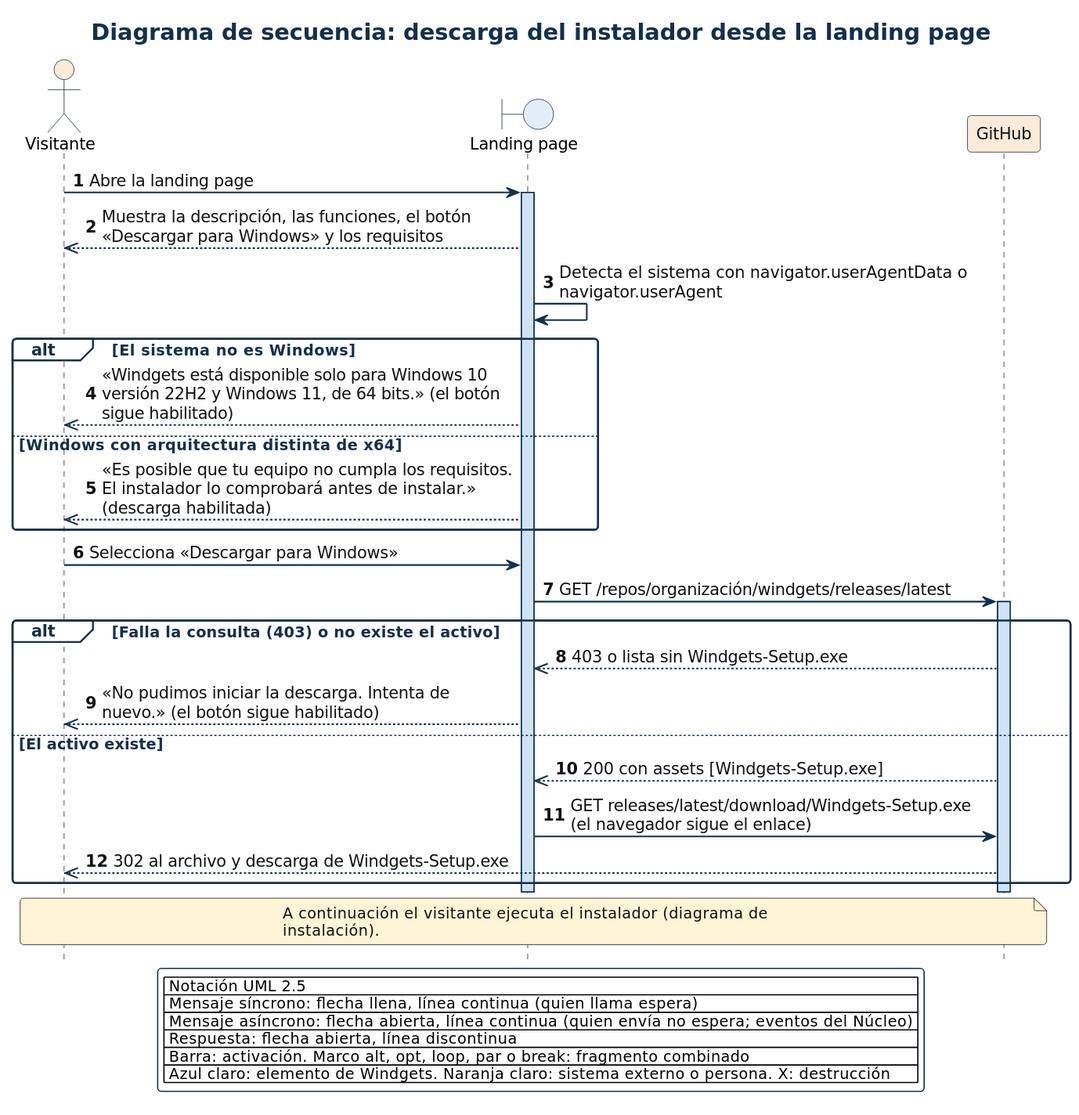
Forkthec/windgets keeps this PlantUML diagram as docs/secuencias/descarga_landing.svg. Above is the earlier version. Its diagram source:
```plantuml
@startuml descarga_landing
!include _estilo.iuml
title Diagrama de secuencia: descarga del instalador desde la landing page

actor "Visitante" as V #FCEBD9
boundary "Landing page" as L
participant "GitHub" as GH #FCEBD9

V -> L ++ : Abre la landing page
L -->> V : Muestra la descripción, las funciones, el botón «Descargar para Windows» y los requisitos
L -> L : Detecta el sistema con navigator.userAgentData o navigator.userAgent
alt El sistema no es Windows
  L -->> V : «Windgets está disponible solo para Windows 10 versión 22H2 y Windows 11, de 64 bits.» (el botón sigue habilitado)
else Windows con arquitectura distinta de x64
  L -->> V : «Es posible que tu equipo no cumpla los requisitos. El instalador lo comprobará antes de instalar.» (descarga habilitada)
end
V -> L : Selecciona «Descargar para Windows»
L -> GH ++ : GET /repos/organización/windgets/releases/latest
alt Falla la consulta (403) o no existe el activo
  GH -->> L : 403 o lista sin Windgets-Setup.exe
  L -->> V : «No pudimos iniciar la descarga. Intenta de nuevo.» (el botón sigue habilitado)
else El activo existe
  GH -->> L : 200 con assets [Windgets-Setup.exe]
  L -> GH : GET releases/latest/download/Windgets-Setup.exe (el navegador sigue el enlace)
  GH -->> V : 302 al archivo y descarga de Windgets-Setup.exe
end
deactivate GH
deactivate L
note over V, GH : A continuación el visitante ejecuta el instalador (diagrama de instalación).
!include _leyenda.iuml
@enduml
```
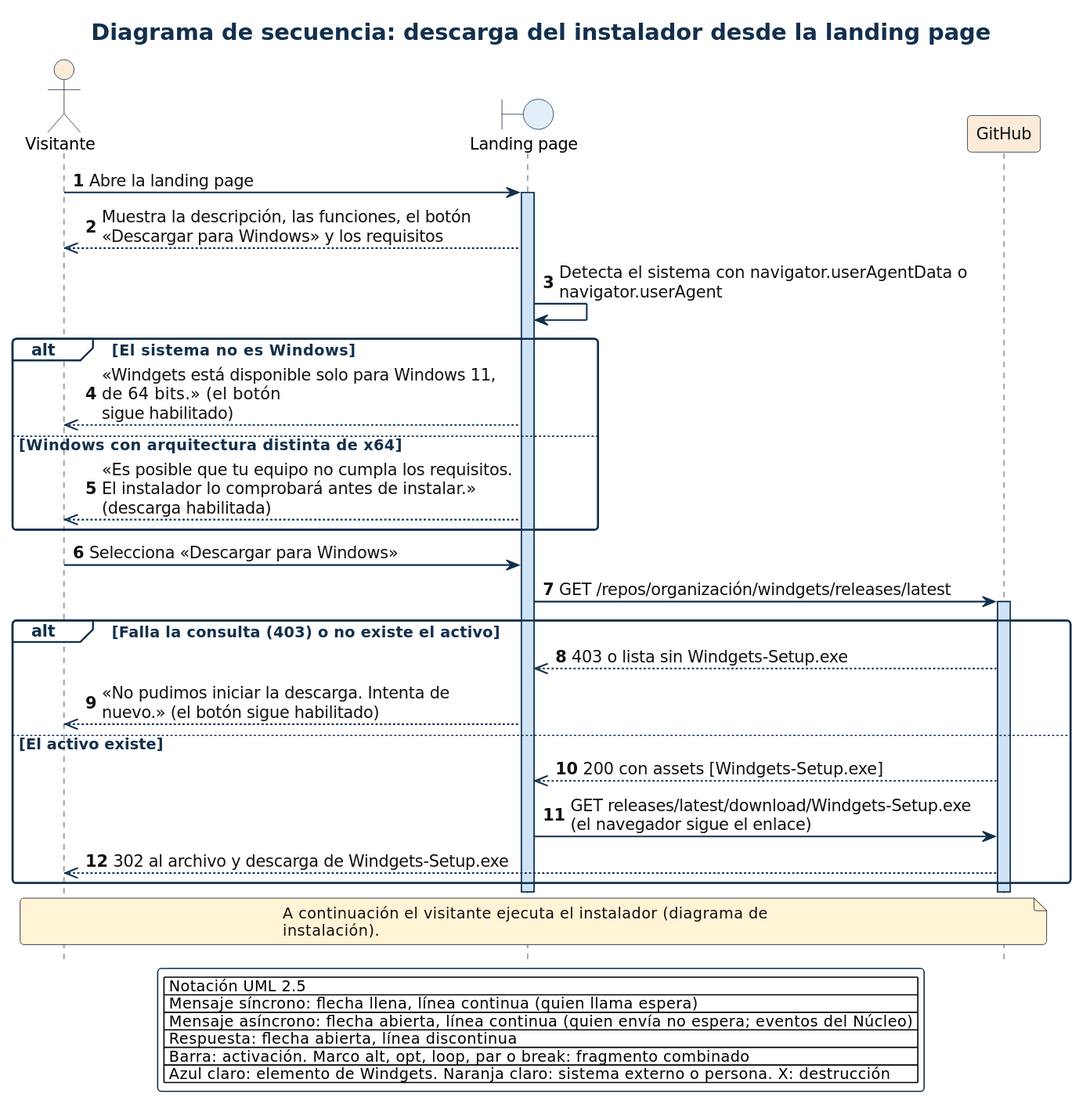
The same file after the commit.

Change to the diagram source:
```diff
@@ -10,7 +10,7 @@
 L -->> V : Muestra la descripción, las funciones, el botón «Descargar para Windows» y los requisitos
 L -> L : Detecta el sistema con navigator.userAgentData o navigator.userAgent
 alt El sistema no es Windows
-  L -->> V : «Windgets está disponible solo para Windows 10 versión 22H2 y Windows 11, de 64 bits.» (el botón sigue habilitado)
+  L -->> V : «Windgets está disponible solo para Windows 11, de 64 bits.» (el botón sigue habilitado)
 else Windows con arquitectura distinta de x64
   L -->> V : «Es posible que tu equipo no cumpla los requisitos. El instalador lo comprobará antes de instalar.» (descarga habilitada)
 end
```
